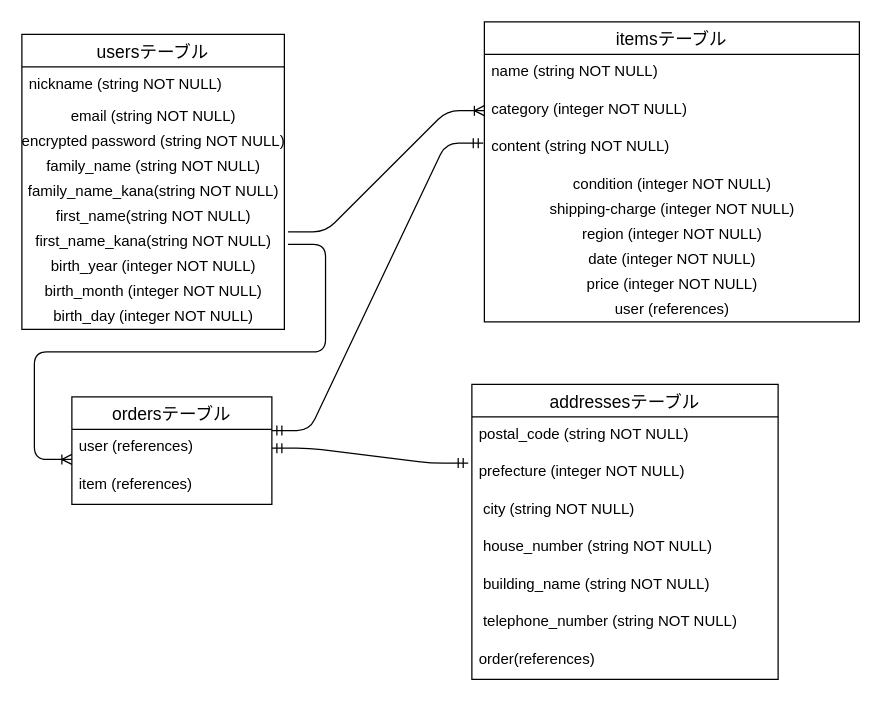
Above: page "ページ1" (1 of 2) of furima.dio in Shosuke1998/furima-36732 (draw.io), before the change. Source tidied: cells renumbered, new cells numbered last; positions are measured from the earlier drawing's top-left corner, leaving out a move shared by most shapes. Both pictures are drawn from the tidied source at 125%, with x=0, y=0 at pixel (21, 21).
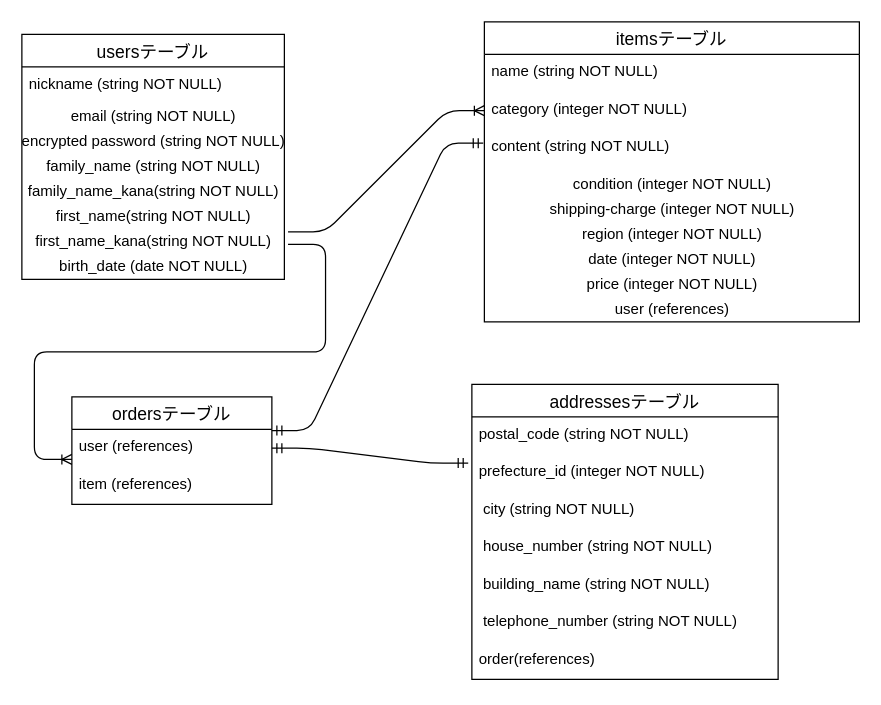
The same diagram, later.

Commit message (it also covers changes not shown here):
ER図とREADMEの編集２

Unchanged cells that the change refers to:
```xml
<mxCell id="26" value="addressesテーブル" style="swimlane;fontStyle=0;horizontal=1;startSize=26;align=center;fontSize=14;" parent="1" vertex="1">
  <mxGeometry x="360" y="290" width="245" height="236" as="geometry" />
</mxCell>
```

The edit, as a diff of the source:
```diff
@@
     <mxCell id="2" value="usersテーブル" style="swimlane;fontStyle=0;horizontal=1;startSize=26;align=center;fontSize=14;" parent="1" vertex="1">
-      <mxGeometry y="10" width="210" height="236" as="geometry" />
+      <mxGeometry y="10" width="210" height="196" as="geometry" />
     </mxCell>
@@
-    <mxCell id="10" value="birth_year (integer NOT NULL)" style="text;html=1;align=center;verticalAlign=middle;fillColor=none;strokeColor=none;rounded=0;" parent="2" vertex="1">
+    <mxCell id="10" value="birth_date (date NOT NULL)" style="text;html=1;align=center;verticalAlign=middle;fillColor=none;strokeColor=none;rounded=0;" parent="2" vertex="1">
       <mxGeometry y="176" width="210" height="20" as="geometry" />
     </mxCell>
-    <mxCell id="11" value="birth_month (integer NOT NULL)" style="text;html=1;align=center;verticalAlign=middle;fillColor=none;strokeColor=none;rounded=0;" parent="2" vertex="1">
-      <mxGeometry y="196" width="210" height="20" as="geometry" />
-    </mxCell>
-    <mxCell id="12" value="birth_day (integer NOT NULL)" style="text;html=1;align=center;verticalAlign=middle;fillColor=none;strokeColor=none;rounded=0;" parent="2" vertex="1">
-      <mxGeometry y="216" width="210" height="20" as="geometry" />
-    </mxCell>
@@
-    <mxCell id="28" value="prefecture (integer NOT NULL)" style="text;strokeColor=none;fillColor=none;spacingLeft=4;spacingRight=4;overflow=hidden;points=[[0,0.5],[1,0.5]];portConstraint=eastwest;fontSize=12;" parent="26" vertex="1">
+    <mxCell id="28" value="prefecture_id (integer NOT NULL)" style="text;strokeColor=none;fillColor=none;spacingLeft=4;spacingRight=4;overflow=hidden;points=[[0,0.5],[1,0.5]];portConstraint=eastwest;fontSize=12;" parent="26" vertex="1">
       <mxGeometry y="56" width="245" height="30" as="geometry" />
     </mxCell>
```
